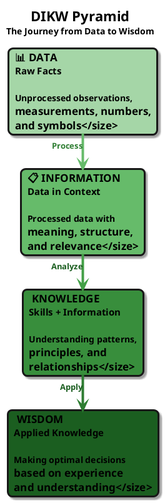
Before: diagrams/week01/week1_data_to_wisdom.png, a diagram exported from PlantUML (OrPerets/data-engineering-course). Its diagram source:
```plantuml
@startuml
top to bottom direction
skinparam defaultFontName "Segoe UI, Helvetica, sans-serif"
skinparam defaultFontSize 17
skinparam roundcorner 15
skinparam shadowing true
skinparam linetype ortho
skinparam nodesep 45
skinparam ranksep 55

skinparam card {
    FontStyle bold
    Padding 32
    BorderThickness 3
}

skinparam arrow {
    Thickness 3.5
    FontSize 13
}

title <size:22><b>DIKW Pyramid</b></size>\n<size:14>The Journey from Data to Wisdom</size>

card "💎 **WISDOM**\n<size:15>Applied Knowledge</size>\n\n<size:14>Making optimal decisions\nbased on experience\nand understanding</size>" as W #1B5E20

card "🧠 **KNOWLEDGE**\n<size:15>Skills + Information</size>\n\n<size:14>Understanding patterns,\nprinciples, and\nrelationships</size>" as K #388E3C

card "📋 **INFORMATION**\n<size:15>Data in Context</size>\n\n<size:14>Processed data with\nmeaning, structure,\nand relevance</size>" as I #66BB6A

card "📊 **DATA**\n<size:15>Raw Facts</size>\n\n<size:14>Unprocessed observations,\nmeasurements, numbers,\nand symbols</size>" as D #A5D6A7

D -[#66BB6A,thickness=4]-> I : <size:13><color:#2E7D32>**Process**</color></size>
I -[#43A047,thickness=4]-> K : <size:13><color:#1B5E20>**Analyze**</color></size>
K -[#2E7D32,thickness=4]-> W : <size:13><color:#1B5E20>**Apply**</color></size>

@enduml
```
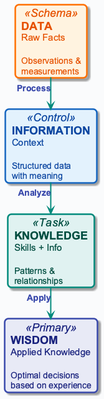
The same file after the commit.

Change to the diagram source:
```diff
@@ -1,36 +1,17 @@
 @startuml
+!include ../_template_styles.puml
 top to bottom direction
-skinparam defaultFontName "Segoe UI, Helvetica, sans-serif"
-skinparam defaultFontSize 17
-skinparam roundcorner 15
-skinparam shadowing true
-skinparam linetype ortho
-skinparam nodesep 45
-skinparam ranksep 55
 
-skinparam card {
-    FontStyle bold
-    Padding 32
-    BorderThickness 3
-}
+card "**WISDOM**\n<size:15>Applied Knowledge</size>\n\n<size:14>Optimal decisions</size>\n<size:14>based on experience</size>" as W <<Primary>>
 
-skinparam arrow {
-    Thickness 3.5
-    FontSize 13
-}
+card "**KNOWLEDGE**\n<size:15>Skills + Info</size>\n\n<size:14>Patterns &</size>\n<size:14>relationships</size>" as K <<Task>>
 
-title <size:22><b>DIKW Pyramid</b></size>\n<size:14>The Journey from Data to Wisdom</size>
+card "**INFORMATION**\n<size:15>Context</size>\n\n<size:14>Structured data</size>\n<size:14>with meaning</size>" as I <<Control>>
 
-card "💎 **WISDOM**\n<size:15>Applied Knowledge</size>\n\n<size:14>Making optimal decisions\nbased on experience\nand understanding</size>" as W #1B5E20
+card "**DATA**\n<size:15>Raw Facts</size>\n\n<size:14>Observations &</size>\n<size:14>measurements</size>" as D <<Schema>>
 
-card "🧠 **KNOWLEDGE**\n<size:15>Skills + Information</size>\n\n<size:14>Understanding patterns,\nprinciples, and\nrelationships</size>" as K #388E3C
-
-card "📋 **INFORMATION**\n<size:15>Data in Context</size>\n\n<size:14>Processed data with\nmeaning, structure,\nand relevance</size>" as I #66BB6A
-
-card "📊 **DATA**\n<size:15>Raw Facts</size>\n\n<size:14>Unprocessed observations,\nmeasurements, numbers,\nand symbols</size>" as D #A5D6A7
-
-D -[#66BB6A,thickness=4]-> I : <size:13><color:#2E7D32>**Process**</color></size>
-I -[#43A047,thickness=4]-> K : <size:13><color:#1B5E20>**Analyze**</color></size>
-K -[#2E7D32,thickness=4]-> W : <size:13><color:#1B5E20>**Apply**</color></size>
+D -[#00897B,thickness=2]-> I : <color:#3949AB>**Process**</color>
+I -[#00897B,thickness=2]-> K : <color:#3949AB>**Analyze**</color>
+K -[#00897B,thickness=2]-> W : <color:#3949AB>**Apply**</color>
 
 @enduml
```
